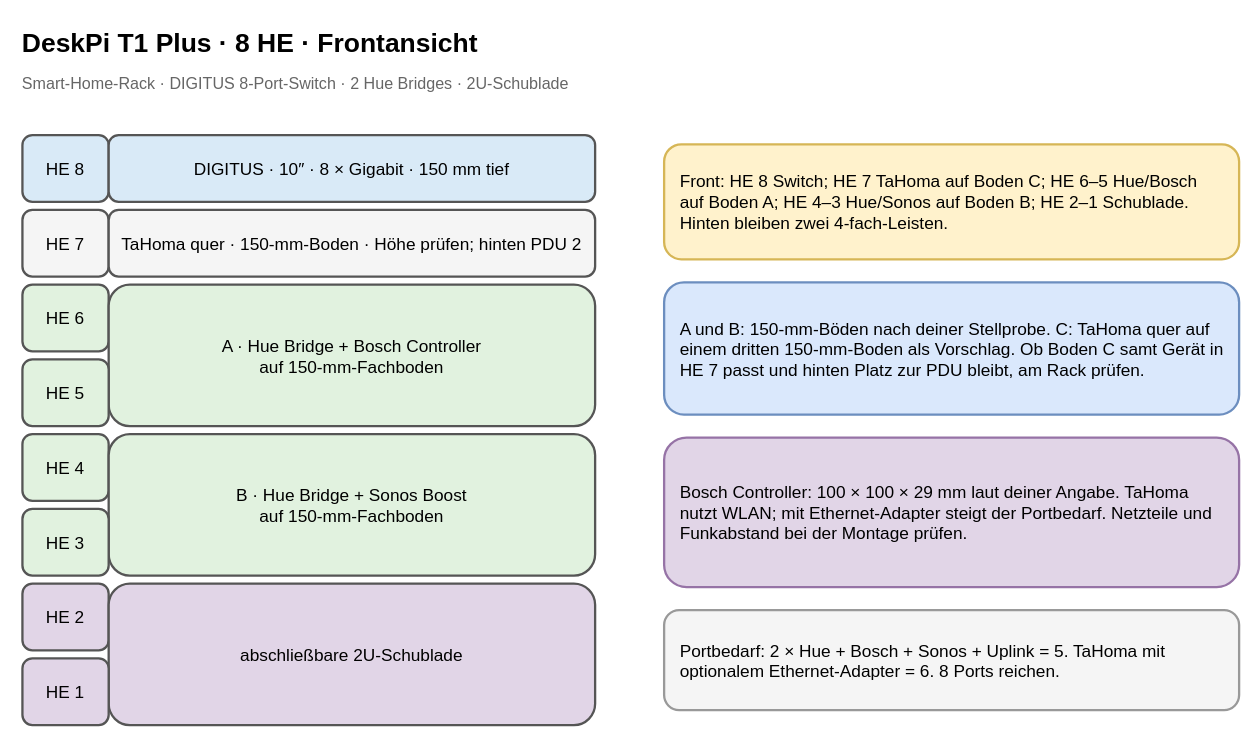
Above: page "DeskPi 8 HE – Front" (1 of 4) of 10-zoll-rack-planung.drawio in tiptronic/diagrams (draw.io), before the change. Source tidied: cells renumbered, new cells numbered last; positions are measured from the earlier drawing's top-left corner, leaving out a move shared by most shapes. Both pictures are drawn from the tidied source at 115%, with x=0, y=0 at pixel (20, 20).
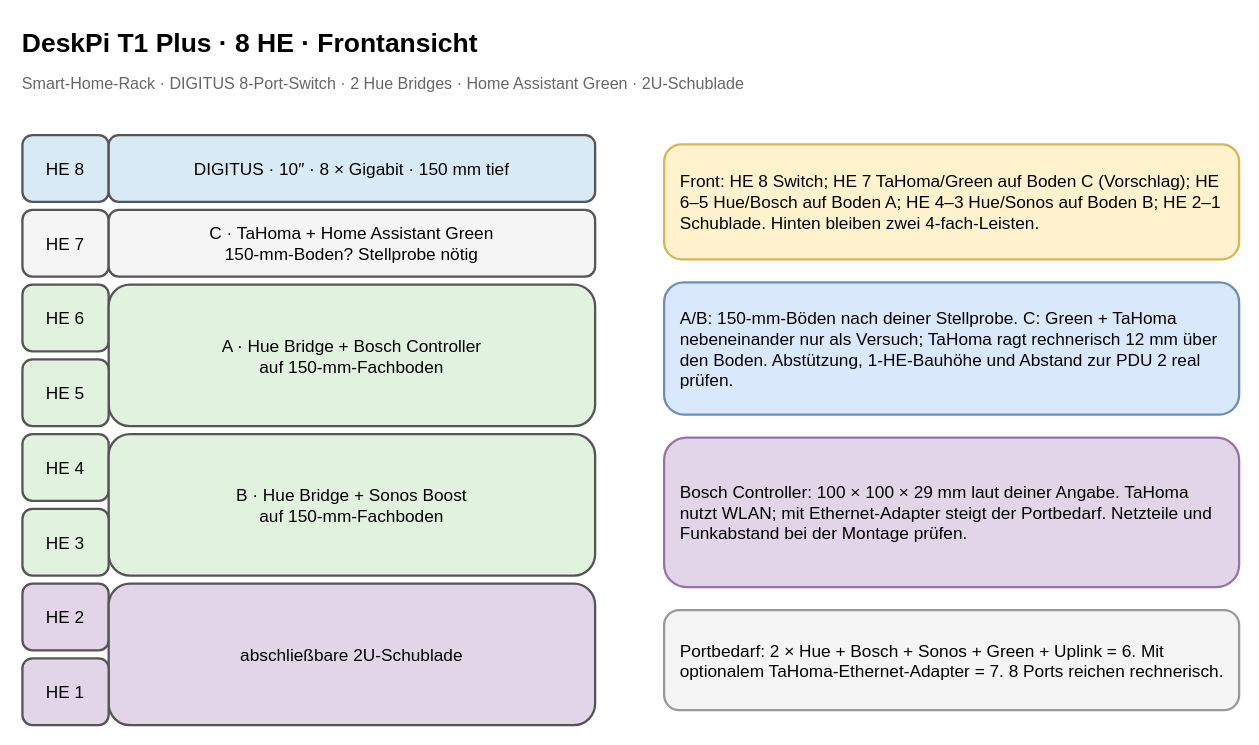
The same page after the edit.

Commit message (it also covers changes not shown here):
Add Home Assistant Green to rack plan

Diff of the diagram source:
```diff
@@
-    <mxCell id="3" value="Smart-Home-Rack · DIGITUS 8-Port-Switch · 2 Hue Bridges · 2U-Schublade" style="text;html=1;align=left;verticalAlign=middle;whiteSpace=wrap;rounded=0;strokeColor=none;fillColor=none;fontSize=15;fontSize=14;fontColor=#666666;" parent="1" vertex="1">
+    <mxCell id="3" value="Smart-Home-Rack · DIGITUS 8-Port-Switch · 2 Hue Bridges · Home Assistant Green · 2U-Schublade" style="text;html=1;align=left;verticalAlign=middle;whiteSpace=wrap;rounded=0;strokeColor=none;fillColor=none;fontSize=15;fontSize=14;fontColor=#666666;" parent="1" vertex="1">
       <mxGeometry y="40" width="1040" height="30" as="geometry" />
     </mxCell>
@@
-    <mxCell id="7" value="TaHoma quer · 150-mm-Boden · Höhe prüfen; hinten PDU 2" style="rounded=1;whiteSpace=wrap;html=1;align=center;verticalAlign=middle;strokeWidth=2;fontSize=15;fillColor=#f5f5f5;strokeColor=#555555;" parent="1" vertex="1">
+    <mxCell id="7" value="C · TaHoma + Home Assistant Green&#10;150-mm-Boden? Stellprobe nötig" style="rounded=1;whiteSpace=wrap;html=1;align=center;verticalAlign=middle;strokeWidth=2;fontSize=15;fillColor=#f5f5f5;strokeColor=#555555;" parent="1" vertex="1">
       <mxGeometry x="77" y="165" width="423" height="58" as="geometry" />
     </mxCell>
@@
-    <mxCell id="17" value="Front: HE 8 Switch; HE 7 TaHoma auf Boden C; HE 6–5 Hue/Bosch auf Boden A; HE 4–3 Hue/Sonos auf Boden B; HE 2–1 Schublade. Hinten bleiben zwei 4-fach-Leisten." style="rounded=1;whiteSpace=wrap;html=1;align=center;verticalAlign=middle;strokeWidth=2;fontSize=15;align=left;spacing=14;fillColor=#fff2cc;strokeColor=#d6b656;" parent="1" vertex="1">
+    <mxCell id="17" value="Front: HE 8 Switch; HE 7 TaHoma/Green auf Boden C (Vorschlag); HE 6–5 Hue/Bosch auf Boden A; HE 4–3 Hue/Sonos auf Boden B; HE 2–1 Schublade. Hinten bleiben zwei 4-fach-Leisten." style="rounded=1;whiteSpace=wrap;html=1;align=center;verticalAlign=middle;strokeWidth=2;fontSize=15;align=left;spacing=14;fillColor=#fff2cc;strokeColor=#d6b656;" parent="1" vertex="1">
       <mxGeometry x="560" y="108" width="500" height="100" as="geometry" />
     </mxCell>
-    <mxCell id="18" value="A und B: 150-mm-Böden nach deiner Stellprobe. C: TaHoma quer auf einem dritten 150-mm-Boden als Vorschlag. Ob Boden C samt Gerät in HE 7 passt und hinten Platz zur PDU bleibt, am Rack prüfen." style="rounded=1;whiteSpace=wrap;html=1;align=center;verticalAlign=middle;strokeWidth=2;fontSize=15;align=left;spacing=14;fillColor=#dae8fc;strokeColor=#6c8ebf;" parent="1" vertex="1">
+    <mxCell id="18" value="A/B: 150-mm-Böden nach deiner Stellprobe. C: Green + TaHoma nebeneinander nur als Versuch; TaHoma ragt rechnerisch 12 mm über den Boden. Abstützung, 1-HE-Bauhöhe und Abstand zur PDU 2 real prüfen." style="rounded=1;whiteSpace=wrap;html=1;align=center;verticalAlign=middle;strokeWidth=2;fontSize=15;align=left;spacing=14;fillColor=#dae8fc;strokeColor=#6c8ebf;" parent="1" vertex="1">
       <mxGeometry x="560" y="228" width="500" height="115" as="geometry" />
     </mxCell>
@@
-    <mxCell id="20" value="Portbedarf: 2 × Hue + Bosch + Sonos + Uplink = 5. TaHoma mit optionalem Ethernet-Adapter = 6. 8 Ports reichen." style="rounded=1;whiteSpace=wrap;html=1;align=center;verticalAlign=middle;strokeWidth=2;fontSize=15;align=left;spacing=14;fillColor=#f5f5f5;strokeColor=#999999;" parent="1" vertex="1">
+    <mxCell id="20" value="Portbedarf: 2 × Hue + Bosch + Sonos + Green + Uplink = 6. Mit optionalem TaHoma-Ethernet-Adapter = 7. 8 Ports reichen rechnerisch." style="rounded=1;whiteSpace=wrap;html=1;align=center;verticalAlign=middle;strokeWidth=2;fontSize=15;align=left;spacing=14;fillColor=#f5f5f5;strokeColor=#999999;" parent="1" vertex="1">
       <mxGeometry x="560" y="513" width="500" height="87" as="geometry" />
     </mxCell>
```
